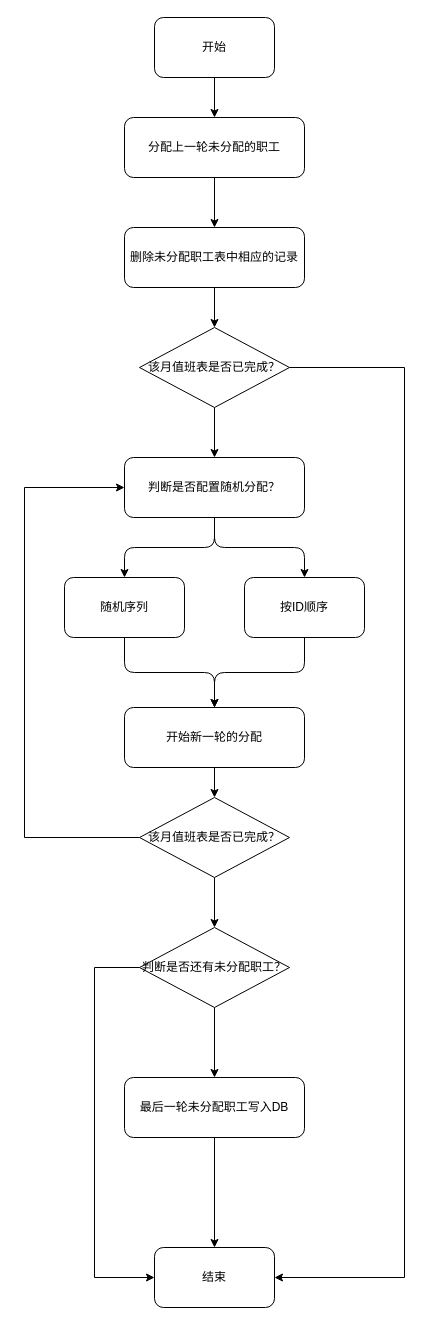
The draw.io diagram at.drawio in hanzug/draw.io, before the edit. Source tidied: cells renumbered, new cells numbered last; positions are measured from the earlier drawing's top-left corner, leaving out a move shared by most shapes. Both pictures are drawn from the tidied source at 100%, with x=0, y=0 at pixel (24, 17).
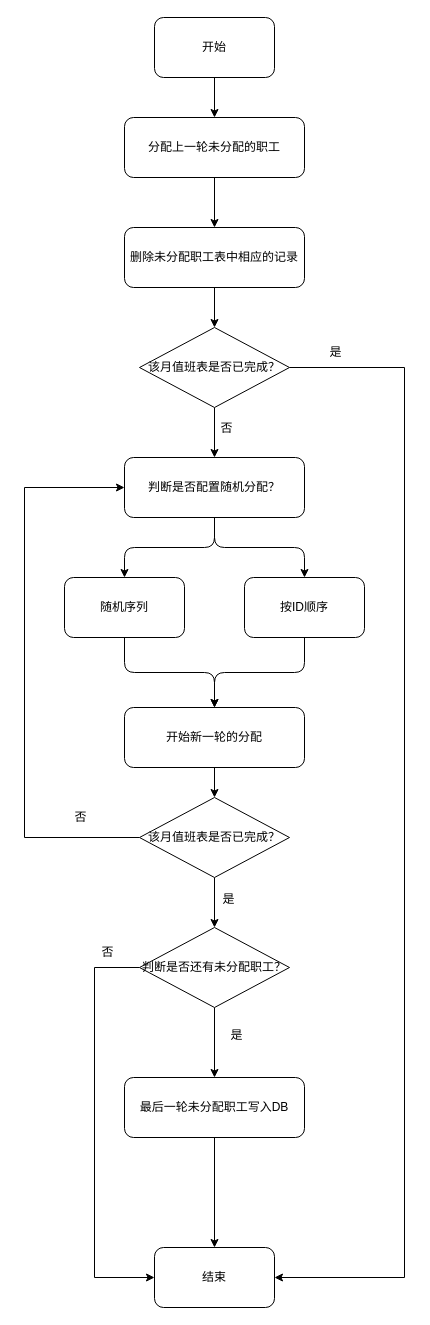
The same page after the edit.

Change to the diagram source:
```diff
@@
+    <mxCell id="29" value="是" style="text;html=1;align=center;verticalAlign=middle;strokeColor=none;fillColor=none;" parent="1" vertex="1">
+      <mxGeometry x="296" y="322" width="30" height="26" as="geometry" />
+    </mxCell>
+    <mxCell id="30" value="否" style="text;html=1;align=center;verticalAlign=middle;strokeColor=none;fillColor=none;" parent="1" vertex="1">
+      <mxGeometry x="187" y="398" width="30" height="26" as="geometry" />
+    </mxCell>
+    <mxCell id="31" value="否" style="text;html=1;align=center;verticalAlign=middle;strokeColor=none;fillColor=none;" parent="1" vertex="1">
+      <mxGeometry x="41" y="787" width="30" height="26" as="geometry" />
+    </mxCell>
+    <mxCell id="32" value="是" style="text;html=1;align=center;verticalAlign=middle;strokeColor=none;fillColor=none;" parent="1" vertex="1">
+      <mxGeometry x="189" y="869" width="30" height="26" as="geometry" />
+    </mxCell>
+    <mxCell id="33" value="是" style="text;html=1;align=center;verticalAlign=middle;strokeColor=none;fillColor=none;" parent="1" vertex="1">
+      <mxGeometry x="197" y="1005" width="30" height="26" as="geometry" />
+    </mxCell>
+    <mxCell id="34" value="否" style="text;html=1;align=center;verticalAlign=middle;strokeColor=none;fillColor=none;" parent="1" vertex="1">
+      <mxGeometry x="68" y="922" width="30" height="26" as="geometry" />
+    </mxCell>
```
